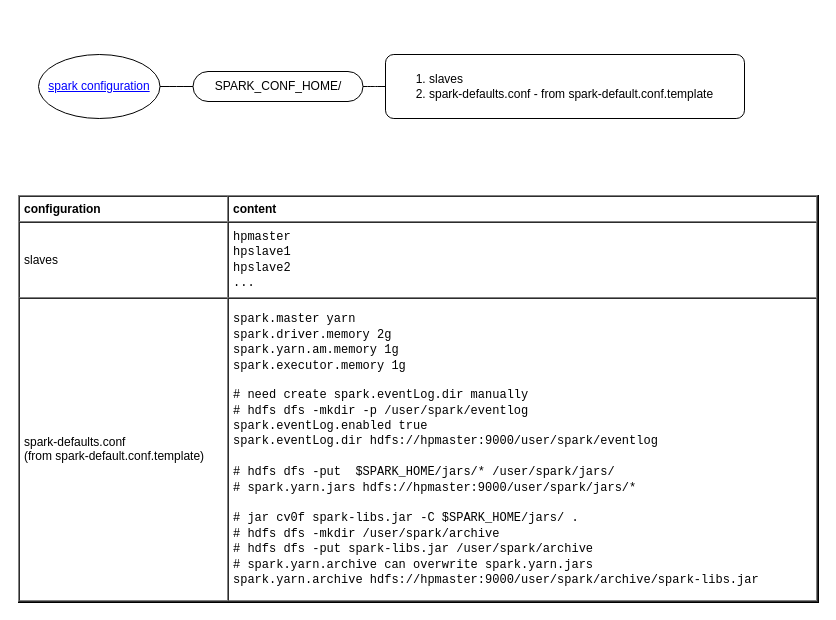
Before: page "spark_config" (4 of 9) of languages/scala/scala.drawio in yangdj/tf_docs, a draw.io diagram. Source tidied: cells renumbered, new cells numbered last; positions are measured from the earlier drawing's top-left corner, leaving out a move shared by most shapes. Both pictures are drawn from the tidied source at 100%, with x=0, y=0 at pixel (17, 17).
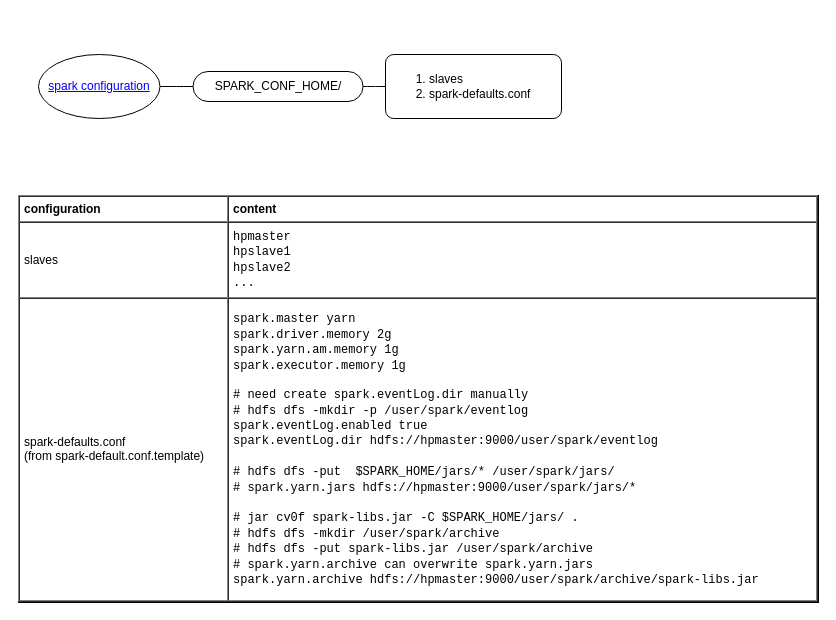
The same page after the edit.

What changed in the source:
```diff
@@
 <mxGraphModel>
   <root>
     <mxCell id="0" />
     <mxCell id="1" parent="0" />
     <mxCell id="2" style="swimlane;html=1;startSize=20;horizontal=1;containerType=tree;rounded=1;shadow=0;glass=0;comic=0;fillColor=none;align=left;strokeColor=none;fontColor=#0000FF;" parent="1" vertex="1">
       <mxGeometry width="801" height="140" as="geometry" />
     </mxCell>
     <mxCell id="3" value="spark configuration" style="ellipse;whiteSpace=wrap;align=center;fontStyle=4;horizontal=1;html=1;fontColor=#0000FF;" parent="2" vertex="1">
       <mxGeometry x="21" y="37" width="121.5" height="64" as="geometry" />
     </mxCell>
     <mxCell id="4" style="edgeStyle=entityRelationEdgeStyle;startArrow=none;endArrow=none;segment=10;curved=1;" parent="2" edge="1" source="3" target="5">
       <mxGeometry relative="1" as="geometry" />
     </mxCell>
     <mxCell id="5" value="SPARK_CONF_HOME/" style="whiteSpace=wrap;html=1;rounded=1;arcSize=50;align=center;verticalAlign=middle;strokeWidth=1;spacing=4;" parent="2" vertex="1">
       <mxGeometry x="175.5" y="54" width="170" height="30" as="geometry" />
     </mxCell>
     <mxCell id="6" style="edgeStyle=entityRelationEdgeStyle;startArrow=none;endArrow=none;segment=10;curved=1;" parent="2" edge="1" source="5" target="7">
       <mxGeometry relative="1" as="geometry" />
     </mxCell>
-    <mxCell id="7" value="&lt;ol&gt;&lt;li&gt;slaves&lt;/li&gt;&lt;li&gt;spark-defaults.conf - from&amp;nbsp;spark-default.conf.template&lt;/li&gt;&lt;/ol&gt;" style="whiteSpace=wrap;html=1;rounded=1;arcSize=13;align=left;verticalAlign=middle;strokeWidth=1;spacing=4;" parent="2" vertex="1">
-      <mxGeometry x="368" y="37" width="359" height="64" as="geometry" />
+    <mxCell id="7" value="&lt;ol&gt;&lt;li&gt;slaves&lt;/li&gt;&lt;li&gt;spark-defaults.conf&lt;/li&gt;&lt;/ol&gt;" style="whiteSpace=wrap;html=1;rounded=1;arcSize=13;align=left;verticalAlign=middle;strokeWidth=1;spacing=4;" parent="2" vertex="1">
+      <mxGeometry x="368" y="37" width="176" height="64" as="geometry" />
     </mxCell>
     <mxCell id="8" value="&lt;table cellpadding=&quot;4&quot; cellspacing=&quot;0&quot; border=&quot;1&quot; style=&quot;font-size: 1em ; width: 100% ; height: 100%&quot;&gt;&lt;tbody&gt;&lt;tr&gt;&lt;th&gt;configuration&lt;/th&gt;&lt;th&gt;content&lt;/th&gt;&lt;/tr&gt;&lt;tr&gt;&lt;td&gt;&lt;span style=&quot;text-align: center&quot;&gt;slaves&lt;/span&gt;&lt;/td&gt;&lt;td&gt;&lt;span style=&quot;text-align: center ; font-family: &amp;#34;courier new&amp;#34;&quot;&gt;hpmaster&lt;/span&gt;&lt;br style=&quot;text-align: center ; font-family: &amp;#34;courier new&amp;#34;&quot;&gt;&lt;span style=&quot;text-align: center ; font-family: &amp;#34;courier new&amp;#34;&quot;&gt;hpslave1&lt;/span&gt;&lt;br style=&quot;text-align: center ; font-family: &amp;#34;courier new&amp;#34;&quot;&gt;&lt;span style=&quot;text-align: center ; font-family: &amp;#34;courier new&amp;#34;&quot;&gt;hpslave2&lt;/span&gt;&lt;br style=&quot;text-align: center ; font-family: &amp;#34;courier new&amp;#34;&quot;&gt;&lt;span style=&quot;text-align: center ; font-family: &amp;#34;courier new&amp;#34;&quot;&gt;...&lt;/span&gt;&lt;/td&gt;&lt;/tr&gt;&lt;tr&gt;&lt;td&gt;&lt;span style=&quot;text-align: center&quot;&gt;spark-defaults.conf&lt;br&gt;(from&amp;nbsp;spark-default.conf.template)&lt;/span&gt;&lt;/td&gt;&lt;td&gt;&lt;div&gt;&lt;font face=&quot;courier new&quot;&gt;spark.master yarn&lt;/font&gt;&lt;/div&gt;&lt;div&gt;&lt;font face=&quot;courier new&quot;&gt;spark.driver.memory 2g&lt;/font&gt;&lt;/div&gt;&lt;div&gt;&lt;font face=&quot;courier new&quot;&gt;spark.yarn.am.memory 1g&lt;/font&gt;&lt;/div&gt;&lt;div&gt;&lt;font face=&quot;courier new&quot;&gt;spark.executor.memory 1g&lt;/font&gt;&lt;/div&gt;&lt;div&gt;&lt;br&gt;&lt;/div&gt;&lt;div&gt;&lt;font face=&quot;courier new&quot;&gt;# need create spark.eventLog.dir manually&lt;/font&gt;&lt;/div&gt;&lt;div&gt;&lt;font face=&quot;courier new&quot;&gt;# hdfs dfs -mkdir -p /user/spark/eventlog&lt;/font&gt;&lt;/div&gt;&lt;div&gt;&lt;font face=&quot;courier new&quot;&gt;spark.eventLog.enabled true&lt;/font&gt;&lt;/div&gt;&lt;div&gt;&lt;font face=&quot;courier new&quot;&gt;spark.eventLog.dir hdfs://hpmaster:9000/user/spark/eventlog&lt;/font&gt;&lt;/div&gt;&lt;div&gt;&lt;font face=&quot;courier new&quot;&gt;&lt;br&gt;&lt;/font&gt;&lt;/div&gt;&lt;div&gt;&lt;font face=&quot;courier new&quot;&gt;# hdfs dfs -put&amp;nbsp; $SPARK_HOME/jars/* /user/spark/jars/&lt;/font&gt;&lt;/div&gt;&lt;div&gt;&lt;font face=&quot;courier new&quot;&gt;# spark.yarn.jars hdfs://hpmaster:9000/user/spark/jars/*&lt;/font&gt;&lt;/div&gt;&lt;div&gt;&lt;font face=&quot;courier new&quot;&gt;&lt;br&gt;&lt;/font&gt;&lt;/div&gt;&lt;div&gt;&lt;font face=&quot;courier new&quot;&gt;# jar cv0f spark-libs.jar -C $SPARK_HOME/jars/ .&lt;/font&gt;&lt;/div&gt;&lt;div&gt;&lt;font face=&quot;courier new&quot;&gt;# hdfs dfs -mkdir /user/spark/archive&lt;/font&gt;&lt;/div&gt;&lt;div&gt;&lt;font face=&quot;courier new&quot;&gt;# hdfs dfs -put spark-libs.jar /user/spark/archive&lt;/font&gt;&lt;/div&gt;&lt;div&gt;&lt;font face=&quot;courier new&quot;&gt;# spark.yarn.archive can overwrite spark.yarn.jars&lt;/font&gt;&lt;/div&gt;&lt;div&gt;&lt;font face=&quot;courier new&quot;&gt;spark.yarn.archive hdfs://hpmaster:9000/user/spark/archive/spark-libs.jar&lt;/font&gt;&lt;/div&gt;&lt;/td&gt;&lt;/tr&gt;&lt;/tbody&gt;&lt;/table&gt; " style="verticalAlign=top;align=left;overflow=fill;fontSize=12;fontFamily=Helvetica;html=1;fillColor=none;" parent="1" vertex="1">
       <mxGeometry x="1" y="178" width="800" height="407" as="geometry" />
     </mxCell>
   </root>
 </mxGraphModel>
```
